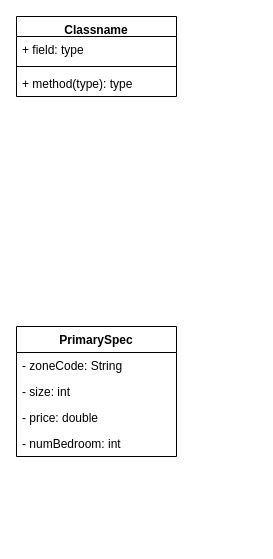
Before: OOP/RealtyDatabase/RealtyDatabase.drawio in wang-owen/ICS4U, a draw.io diagram. Source tidied: cells renumbered, new cells numbered last; positions are measured from the earlier drawing's top-left corner, leaving out a move shared by most shapes. Both pictures are drawn from the tidied source at 100%, with x=0, y=0 at pixel (16, 16).
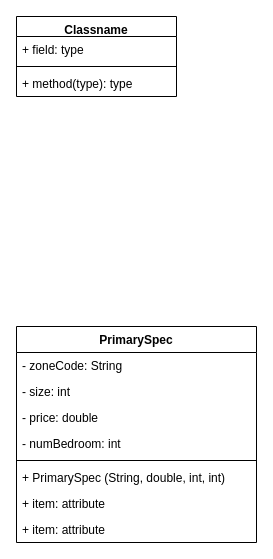
After the change.

Diff of the diagram source:
```diff
@@
 <mxGraphModel>
   <root>
     <mxCell id="0" />
     <mxCell id="1" parent="0" />
     <mxCell id="2" value="PrimarySpec" style="swimlane;fontStyle=1;align=center;verticalAlign=top;horizontal=1;startSize=26;" parent="1" vertex="1">
-      <mxGeometry y="310" width="160" height="130" as="geometry" />
+      <mxGeometry y="310" width="240" height="216" as="geometry" />
     </mxCell>
     <mxCell id="3" value="- zoneCode: String" style="text;strokeColor=none;fillColor=none;align=left;verticalAlign=top;spacingLeft=4;spacingRight=4;overflow=hidden;" parent="2" vertex="1">
-      <mxGeometry y="26" width="160" height="26" as="geometry" />
+      <mxGeometry y="26" width="240" height="26" as="geometry" />
     </mxCell>
     <mxCell id="4" value="- size: int" style="text;strokeColor=none;fillColor=none;align=left;verticalAlign=top;spacingLeft=4;spacingRight=4;overflow=hidden;" parent="2" vertex="1">
-      <mxGeometry y="52" width="160" height="26" as="geometry" />
+      <mxGeometry y="52" width="240" height="26" as="geometry" />
     </mxCell>
     <mxCell id="5" value="- price: double" style="text;strokeColor=none;fillColor=none;align=left;verticalAlign=top;spacingLeft=4;spacingRight=4;overflow=hidden;" parent="2" vertex="1">
-      <mxGeometry y="78" width="160" height="26" as="geometry" />
+      <mxGeometry y="78" width="240" height="26" as="geometry" />
     </mxCell>
     <mxCell id="6" value="- numBedroom: int" style="text;strokeColor=none;fillColor=none;align=left;verticalAlign=top;spacingLeft=4;spacingRight=4;overflow=hidden;" parent="2" vertex="1">
-      <mxGeometry y="104" width="160" height="26" as="geometry" />
+      <mxGeometry y="104" width="240" height="26" as="geometry" />
     </mxCell>
+    <mxCell id="11" style="line;strokeWidth=1;fillColor=none;align=left;verticalAlign=middle;spacingTop=-1;spacingLeft=3;spacingRight=3;labelPosition=right;strokeColor=inherit;" parent="2" vertex="1">
+      <mxGeometry y="130" width="240" height="8" as="geometry" />
+    </mxCell>
+    <mxCell id="12" value="+ PrimarySpec (String, double, int, int)" style="text;strokeColor=none;fillColor=none;align=left;verticalAlign=top;spacingLeft=4;spacingRight=4;overflow=hidden;" parent="2" vertex="1">
+      <mxGeometry y="138" width="240" height="26" as="geometry" />
+    </mxCell>
+    <mxCell id="13" value="+ item: attribute" style="text;strokeColor=none;fillColor=none;align=left;verticalAlign=top;spacingLeft=4;spacingRight=4;overflow=hidden;" parent="2" vertex="1">
+      <mxGeometry y="164" width="240" height="26" as="geometry" />
+    </mxCell>
+    <mxCell id="14" value="+ item: attribute" style="text;strokeColor=none;fillColor=none;align=left;verticalAlign=top;spacingLeft=4;spacingRight=4;overflow=hidden;" parent="2" vertex="1">
+      <mxGeometry y="190" width="240" height="26" as="geometry" />
+    </mxCell>
     <mxCell id="7" value="Classname" style="swimlane;fontStyle=1;align=center;verticalAlign=top;horizontal=1;startSize=20;" parent="1" vertex="1">
       <mxGeometry width="160" height="80" as="geometry" />
     </mxCell>
     <mxCell id="8" value="+ field: type" style="text;strokeColor=none;fillColor=none;align=left;verticalAlign=top;spacingLeft=4;spacingRight=4;overflow=hidden;" parent="7" vertex="1">
       <mxGeometry y="20" width="160" height="26" as="geometry" />
     </mxCell>
     <mxCell id="9" style="line;strokeWidth=1;fillColor=none;align=left;verticalAlign=middle;spacingTop=-1;spacingLeft=3;spacingRight=3;labelPosition=right;strokeColor=inherit;" parent="7" vertex="1">
       <mxGeometry y="46" width="160" height="8" as="geometry" />
     </mxCell>
     <mxCell id="10" value="+ method(type): type" style="text;strokeColor=none;fillColor=none;align=left;verticalAlign=top;spacingLeft=4;spacingRight=4;overflow=hidden;" parent="7" vertex="1">
       <mxGeometry y="54" width="160" height="26" as="geometry" />
     </mxCell>
   </root>
 </mxGraphModel>
```
